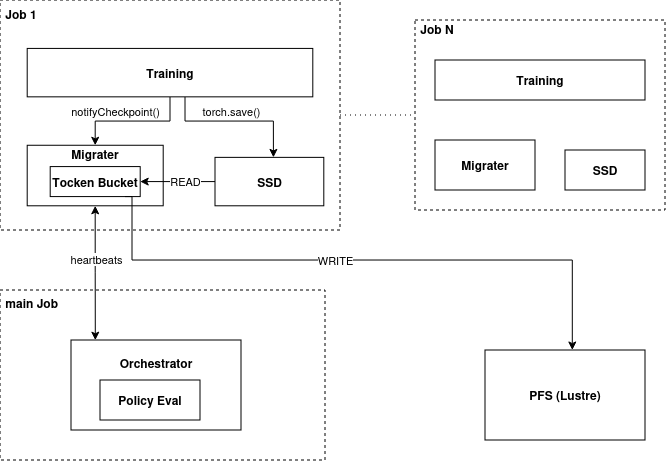
zeeesoares/ca_project keeps this draw.io diagram as slides/assets/arch.png. Above is the earlier version. Source tidied: cells renumbered, new cells last; positions are measured from the earlier drawing's top-left corner, leaving out a move shared by most shapes.
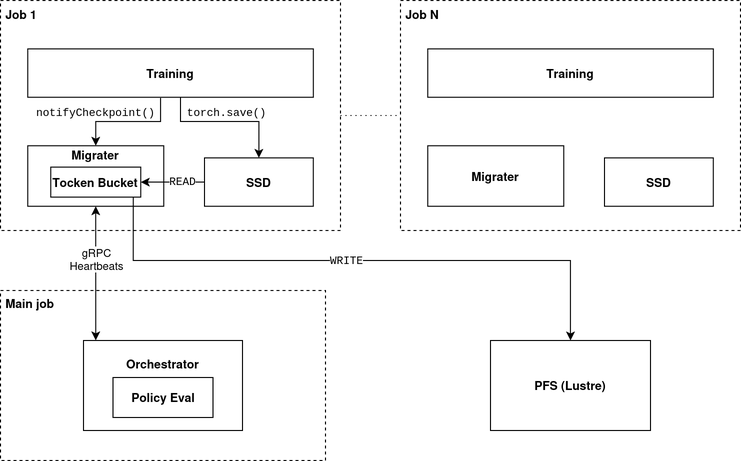
The same diagram one commit later.

Commit message:
slides: update arch diagram

The edit, as a diff of the source:
```diff
@@ -2,35 +2,20 @@
   <root>
     <mxCell id="0" />
     <mxCell id="1" parent="0" />
-    <mxCell id="2" value="&lt;div align=&quot;left&quot;&gt;&lt;b&gt;&amp;nbsp;main Job&lt;/b&gt;&lt;/div&gt;&lt;div&gt;&lt;br&gt;&lt;/div&gt;&lt;div&gt;&lt;br&gt;&lt;/div&gt;&lt;div&gt;&lt;br&gt;&lt;/div&gt;&lt;div&gt;&lt;br&gt;&lt;/div&gt;&lt;div&gt;&lt;br&gt;&lt;/div&gt;&lt;div&gt;&lt;br&gt;&lt;/div&gt;&lt;div&gt;&lt;br&gt;&lt;/div&gt;&lt;div&gt;&lt;br&gt;&lt;/div&gt;&lt;div&gt;&lt;br&gt;&lt;/div&gt;&lt;div&gt;&lt;br&gt;&lt;/div&gt;" style="rounded=0;whiteSpace=wrap;html=1;dashed=1;align=left;" parent="1" vertex="1">
-      <mxGeometry y="290" width="325" height="170" as="geometry" />
+    <mxCell id="2" value="&lt;div align=&quot;left&quot;&gt;&lt;b&gt;&amp;nbsp;Main job&lt;/b&gt;&lt;/div&gt;&lt;div&gt;&lt;br&gt;&lt;/div&gt;&lt;div&gt;&lt;br&gt;&lt;/div&gt;&lt;div&gt;&lt;br&gt;&lt;/div&gt;&lt;div&gt;&lt;br&gt;&lt;/div&gt;&lt;div&gt;&lt;br&gt;&lt;/div&gt;&lt;div&gt;&lt;br&gt;&lt;/div&gt;&lt;div&gt;&lt;br&gt;&lt;/div&gt;&lt;div&gt;&lt;br&gt;&lt;/div&gt;&lt;div&gt;&lt;br&gt;&lt;/div&gt;&lt;div&gt;&lt;br&gt;&lt;/div&gt;" style="rounded=0;whiteSpace=wrap;html=1;dashed=1;align=left;" parent="1" vertex="1">
+      <mxGeometry x="-5" y="270" width="325" height="170" as="geometry" />
     </mxCell>
     <mxCell id="3" value="&lt;b&gt;PFS&amp;nbsp;(Lustre)&lt;/b&gt;" style="rounded=0;whiteSpace=wrap;html=1;" parent="1" vertex="1">
-      <mxGeometry x="485" y="350" width="160" height="90" as="geometry" />
+      <mxGeometry x="485" y="320" width="160" height="90" as="geometry" />
     </mxCell>
     <mxCell id="4" value="&lt;div&gt;&lt;b&gt;Orchestrator&lt;/b&gt;&lt;/div&gt;&lt;div&gt;&lt;br&gt;&lt;/div&gt;&lt;div&gt;&lt;br&gt;&lt;/div&gt;&lt;div&gt;&lt;br&gt;&lt;/div&gt;" style="rounded=0;whiteSpace=wrap;html=1;" parent="1" vertex="1">
-      <mxGeometry x="71" y="340" width="170" height="90" as="geometry" />
+      <mxGeometry x="78" y="320" width="159" height="90" as="geometry" />
     </mxCell>
-    <mxCell id="5" style="edgeStyle=orthogonalEdgeStyle;rounded=0;jettySize=auto;html=1;dashed=1;dashPattern=1 4;endArrow=none;endFill=0;" parent="1" edge="1" source="12" target="7">
+    <mxCell id="5" style="edgeStyle=orthogonalEdgeStyle;rounded=0;jettySize=auto;html=1;dashed=1;dashPattern=1 4;endArrow=none;endFill=0;exitX=1;exitY=0.5;exitDx=0;exitDy=0;entryX=0;entryY=0.5;entryDx=0;entryDy=0;" parent="1" edge="1" source="12" target="7">
       <mxGeometry relative="1" as="geometry" />
     </mxCell>
-    <mxCell id="6" style="group;" parent="1" vertex="1">
-      <mxGeometry x="415" y="20" width="250" height="190" as="geometry" />
-    </mxCell>
-    <mxCell id="7" value="&lt;div align=&quot;left&quot;&gt;&lt;b&gt;&amp;nbsp;Job N&lt;/b&gt;&lt;/div&gt;&lt;div align=&quot;left&quot;&gt;&lt;br&gt;&lt;/div&gt;&lt;div align=&quot;left&quot;&gt;&lt;br&gt;&lt;/div&gt;&lt;div align=&quot;left&quot;&gt;&lt;br&gt;&lt;/div&gt;&lt;div align=&quot;left&quot;&gt;&lt;br&gt;&lt;/div&gt;&lt;div align=&quot;left&quot;&gt;&lt;br&gt;&lt;/div&gt;&lt;div align=&quot;left&quot;&gt;&lt;br&gt;&lt;/div&gt;&lt;div align=&quot;left&quot;&gt;&lt;br&gt;&lt;/div&gt;&lt;div align=&quot;left&quot;&gt;&lt;br&gt;&lt;/div&gt;&lt;div align=&quot;left&quot;&gt;&lt;br&gt;&lt;/div&gt;&lt;div&gt;&lt;br&gt;&lt;/div&gt;&lt;div&gt;&lt;br&gt;&lt;/div&gt;&lt;div&gt;&lt;br&gt;&lt;/div&gt;" style="rounded=0;whiteSpace=wrap;html=1;align=left;dashed=1;" parent="6" vertex="1">
-      <mxGeometry width="250" height="190" as="geometry" />
-    </mxCell>
-    <mxCell id="8" value="&lt;b&gt;Migrater&lt;/b&gt;" style="rounded=0;whiteSpace=wrap;html=1;" parent="6" vertex="1">
-      <mxGeometry x="20" y="120" width="100" height="50" as="geometry" />
-    </mxCell>
-    <mxCell id="9" value="&lt;b&gt;SSD&lt;/b&gt;" style="rounded=0;whiteSpace=wrap;html=1;" parent="6" vertex="1">
-      <mxGeometry x="150" y="130" width="80" height="40" as="geometry" />
-    </mxCell>
-    <mxCell id="10" value="&lt;b&gt;Training&lt;/b&gt;" style="rounded=0;whiteSpace=wrap;html=1;" parent="6" vertex="1">
-      <mxGeometry x="20" y="40" width="210" height="40" as="geometry" />
-    </mxCell>
     <mxCell id="11" style="group;" parent="1" vertex="1">
-      <mxGeometry width="340" height="230" as="geometry" />
+      <mxGeometry x="-5" y="-20" width="340" height="230" as="geometry" />
     </mxCell>
     <mxCell id="12" value="&lt;div align=&quot;left&quot;&gt;&lt;b&gt;&amp;nbsp;Job 1&lt;/b&gt;&lt;/div&gt;&lt;div align=&quot;left&quot;&gt;&lt;br&gt;&lt;/div&gt;&lt;div align=&quot;left&quot;&gt;&lt;br&gt;&lt;/div&gt;&lt;div align=&quot;left&quot;&gt;&lt;br&gt;&lt;/div&gt;&lt;div align=&quot;left&quot;&gt;&lt;br&gt;&lt;/div&gt;&lt;div align=&quot;left&quot;&gt;&lt;br&gt;&lt;/div&gt;&lt;div align=&quot;left&quot;&gt;&lt;br&gt;&lt;/div&gt;&lt;div align=&quot;left&quot;&gt;&lt;br&gt;&lt;/div&gt;&lt;div align=&quot;left&quot;&gt;&lt;br&gt;&lt;/div&gt;&lt;div align=&quot;left&quot;&gt;&lt;br&gt;&lt;/div&gt;&lt;div&gt;&lt;br&gt;&lt;/div&gt;&lt;div&gt;&lt;br&gt;&lt;/div&gt;&lt;div&gt;&lt;br&gt;&lt;/div&gt;&lt;div&gt;&lt;br&gt;&lt;/div&gt;&lt;div&gt;&lt;br&gt;&lt;/div&gt;" style="rounded=0;whiteSpace=wrap;html=1;align=left;dashed=1;" parent="11" vertex="1">
       <mxGeometry width="340" height="230" as="geometry" />
@@ -39,29 +24,33 @@
       <mxGeometry x="27.2" y="145.3" width="136" height="60.5" as="geometry" />
     </mxCell>
     <mxCell id="14" value="&lt;b&gt;SSD&lt;/b&gt;" style="rounded=0;whiteSpace=wrap;html=1;" parent="11" vertex="1">
-      <mxGeometry x="215" y="157.4" width="108.8" height="48.4" as="geometry" />
+      <mxGeometry x="204" y="157.4" width="108.8" height="48.4" as="geometry" />
     </mxCell>
-    <mxCell id="15" style="edgeStyle=orthogonalEdgeStyle;rounded=0;jettySize=auto;html=1;exitX=0.5;exitY=1;exitDx=0;exitDy=0;entryX=0.5;entryY=0;entryDx=0;entryDy=0;" parent="11" edge="1" source="19" target="13">
-      <mxGeometry relative="1" as="geometry" />
+    <mxCell id="15" style="edgeStyle=orthogonalEdgeStyle;rounded=0;jettySize=auto;html=1;entryX=0.5;entryY=0;entryDx=0;entryDy=0;exitX=0.465;exitY=1.01;exitDx=0;exitDy=0;exitPerimeter=0;" parent="11" edge="1" source="19" target="13">
+      <mxGeometry relative="1" as="geometry">
+        <Array as="points">
+          <mxPoint x="160" y="121" />
+          <mxPoint x="95" y="121" />
+        </Array>
+      </mxGeometry>
     </mxCell>
-    <mxCell id="16" value="notifyCheckpoint()" style="edgeLabel;html=1;align=center;verticalAlign=middle;" parent="15" vertex="1">
+    <mxCell id="16" value="&lt;font face=&quot;Courier New&quot;&gt;notifyCheckpoint()&lt;/font&gt;" style="edgeLabel;html=1;align=center;verticalAlign=middle;" parent="15" vertex="1">
       <mxGeometry x="0.08" relative="1" as="geometry">
-        <mxPoint x="-13" y="-10" as="offset" />
+        <mxPoint x="-28" y="-10" as="offset" />
       </mxGeometry>
     </mxCell>
-    <mxCell id="17" style="edgeStyle=orthogonalEdgeStyle;rounded=0;orthogonalLoop=1;jettySize=auto;html=1;exitX=0.5;exitY=1;exitDx=0;exitDy=0;" parent="11" edge="1">
+    <mxCell id="17" style="edgeStyle=orthogonalEdgeStyle;rounded=0;jettySize=auto;html=1;exitX=0.553;exitY=0.99;exitDx=0;exitDy=0;entryX=0.5;entryY=0;entryDx=0;entryDy=0;exitPerimeter=0;" parent="11" edge="1" source="19" target="14">
       <mxGeometry relative="1" as="geometry">
-        <mxPoint x="185" y="96.8" as="sourcePoint" />
-        <mxPoint x="273.4" y="157.4" as="targetPoint" />
         <Array as="points">
-          <mxPoint x="185" y="121.1" />
-          <mxPoint x="273.4" y="121.1" />
+          <mxPoint x="180" y="96" />
+          <mxPoint x="180" y="121" />
+          <mxPoint x="258" y="121" />
         </Array>
       </mxGeometry>
     </mxCell>
-    <mxCell id="18" value="torch.save()" style="edgeLabel;html=1;align=center;verticalAlign=middle;" parent="17" vertex="1">
+    <mxCell id="18" value="&lt;font face=&quot;Courier New&quot;&gt;torch.save()&lt;/font&gt;" style="edgeLabel;html=1;align=center;verticalAlign=middle;" parent="17" vertex="1">
       <mxGeometry x="0.08" y="1" relative="1" as="geometry">
-        <mxPoint x="-10" y="-9" as="offset" />
+        <mxPoint x="-3" y="-9" as="offset" />
       </mxGeometry>
     </mxCell>
     <mxCell id="19" value="&lt;b&gt;Training&lt;/b&gt;" style="rounded=0;whiteSpace=wrap;html=1;" parent="11" vertex="1">
@@ -70,7 +59,7 @@
     <mxCell id="20" style="edgeStyle=orthogonalEdgeStyle;rounded=0;jettySize=auto;html=1;exitX=1;exitY=0.5;exitDx=0;exitDy=0;entryX=0;entryY=0.5;entryDx=0;entryDy=0;startArrow=classic;startFill=1;endArrow=none;endFill=0;" parent="11" edge="1" source="22" target="14">
       <mxGeometry relative="1" as="geometry" />
     </mxCell>
-    <mxCell id="21" value="READ" style="edgeLabel;html=1;align=center;verticalAlign=middle;" parent="20" vertex="1">
+    <mxCell id="21" value="&lt;font face=&quot;Courier New&quot;&gt;READ&lt;/font&gt;" style="edgeLabel;html=1;align=center;verticalAlign=middle;" parent="20" vertex="1">
       <mxGeometry x="-0.2" y="1" relative="1" as="geometry">
         <mxPoint x="15" as="offset" />
       </mxGeometry>
@@ -78,32 +67,44 @@
     <mxCell id="22" value="&lt;b&gt;Tocken Bucket&lt;/b&gt;" style="rounded=0;whiteSpace=wrap;html=1;" parent="11" vertex="1">
       <mxGeometry x="50.2" y="166.6" width="90" height="30" as="geometry" />
     </mxCell>
-    <mxCell id="23" style="edgeStyle=orthogonalEdgeStyle;rounded=0;jettySize=auto;html=1;exitX=0.5;exitY=1;exitDx=0;exitDy=0;entryX=0.143;entryY=0.002;entryDx=0;entryDy=0;startArrow=classic;startFill=1;entryPerimeter=0;" parent="1" edge="1" source="13" target="4">
+    <mxCell id="23" style="edgeStyle=orthogonalEdgeStyle;rounded=0;jettySize=auto;html=1;exitX=0.5;exitY=1;exitDx=0;exitDy=0;entryX=0.077;entryY=-0.002;entryDx=0;entryDy=0;startArrow=classic;startFill=1;entryPerimeter=0;" parent="1" edge="1" source="13" target="4">
       <mxGeometry relative="1" as="geometry" />
     </mxCell>
-    <mxCell id="24" value="heartbeats" style="edgeLabel;html=1;align=center;verticalAlign=middle;" parent="23" vertex="1">
+    <mxCell id="24" value="gRPC&lt;div&gt;Heartbeats&lt;/div&gt;" style="edgeLabel;html=1;align=center;verticalAlign=middle;" parent="23" vertex="1">
       <mxGeometry x="-0.5" y="3" relative="1" as="geometry">
         <mxPoint x="-3" y="20" as="offset" />
       </mxGeometry>
     </mxCell>
     <mxCell id="25" value="&lt;b&gt;Policy Eval&lt;/b&gt;" style="rounded=0;whiteSpace=wrap;html=1;" parent="1" vertex="1">
-      <mxGeometry x="100" y="380" width="100" height="40" as="geometry" />
+      <mxGeometry x="107.5" y="357" width="100" height="40" as="geometry" />
     </mxCell>
-    <mxCell id="26" style="edgeStyle=orthogonalEdgeStyle;rounded=0;orthogonalLoop=1;jettySize=auto;html=1;exitX=0.75;exitY=1;exitDx=0;exitDy=0;" parent="1" edge="1">
+    <mxCell id="26" style="edgeStyle=orthogonalEdgeStyle;rounded=0;jettySize=auto;html=1;entryX=0.5;entryY=0;entryDx=0;entryDy=0;exitX=0.918;exitY=1.001;exitDx=0;exitDy=0;exitPerimeter=0;" parent="1" edge="1" source="22" target="3">
       <mxGeometry relative="1" as="geometry">
-        <mxPoint x="125" y="196.6" as="sourcePoint" />
-        <mxPoint x="572.3" y="350" as="targetPoint" />
         <Array as="points">
-          <mxPoint x="132" y="197" />
-          <mxPoint x="132" y="260" />
-          <mxPoint x="572" y="260" />
+          <mxPoint x="128" y="240" />
+          <mxPoint x="565" y="240" />
         </Array>
       </mxGeometry>
     </mxCell>
-    <mxCell id="27" value="WRITE" style="edgeLabel;html=1;align=center;verticalAlign=middle;" parent="26" vertex="1">
+    <mxCell id="27" value="&lt;font face=&quot;Courier New&quot;&gt;WRITE&lt;/font&gt;" style="edgeLabel;html=1;align=center;verticalAlign=middle;" parent="26" vertex="1">
       <mxGeometry x="-0.78" y="-3" relative="1" as="geometry">
-        <mxPoint x="206" y="5" as="offset" />
+        <mxPoint x="213" y="-4" as="offset" />
       </mxGeometry>
     </mxCell>
+    <mxCell id="28" style="group;" parent="1" vertex="1">
+      <mxGeometry x="395" y="-20" width="340" height="230" as="geometry" />
+    </mxCell>
+    <mxCell id="7" value="&lt;div align=&quot;left&quot;&gt;&lt;b&gt;&amp;nbsp;Job N&lt;/b&gt;&lt;/div&gt;&lt;div align=&quot;left&quot;&gt;&lt;br&gt;&lt;/div&gt;&lt;div align=&quot;left&quot;&gt;&lt;br&gt;&lt;/div&gt;&lt;div align=&quot;left&quot;&gt;&lt;br&gt;&lt;/div&gt;&lt;div align=&quot;left&quot;&gt;&lt;br&gt;&lt;/div&gt;&lt;div align=&quot;left&quot;&gt;&lt;br&gt;&lt;/div&gt;&lt;div align=&quot;left&quot;&gt;&lt;br&gt;&lt;/div&gt;&lt;div align=&quot;left&quot;&gt;&lt;br&gt;&lt;/div&gt;&lt;div align=&quot;left&quot;&gt;&lt;br&gt;&lt;/div&gt;&lt;div align=&quot;left&quot;&gt;&lt;br&gt;&lt;/div&gt;&lt;div&gt;&lt;br&gt;&lt;/div&gt;&lt;div&gt;&lt;br&gt;&lt;/div&gt;&lt;div&gt;&lt;br&gt;&lt;/div&gt;&lt;div&gt;&lt;br&gt;&lt;/div&gt;&lt;div&gt;&lt;br&gt;&lt;/div&gt;" style="rounded=0;whiteSpace=wrap;html=1;align=left;dashed=1;" parent="28" vertex="1">
+      <mxGeometry width="340" height="230" as="geometry" />
+    </mxCell>
+    <mxCell id="8" value="&lt;div&gt;&lt;b&gt;Migrater&lt;/b&gt;&lt;/div&gt;" style="rounded=0;whiteSpace=wrap;html=1;" parent="28" vertex="1">
+      <mxGeometry x="27.2" y="145.3" width="136" height="60.5" as="geometry" />
+    </mxCell>
+    <mxCell id="9" value="&lt;b&gt;SSD&lt;/b&gt;" style="rounded=0;whiteSpace=wrap;html=1;" parent="28" vertex="1">
+      <mxGeometry x="204" y="157.4" width="108.8" height="48.4" as="geometry" />
+    </mxCell>
+    <mxCell id="10" value="&lt;b&gt;Training&lt;/b&gt;" style="rounded=0;whiteSpace=wrap;html=1;" parent="28" vertex="1">
+      <mxGeometry x="27.2" y="48.4" width="285.6" height="48.4" as="geometry" />
+    </mxCell>
   </root>
 </mxGraphModel>
```
